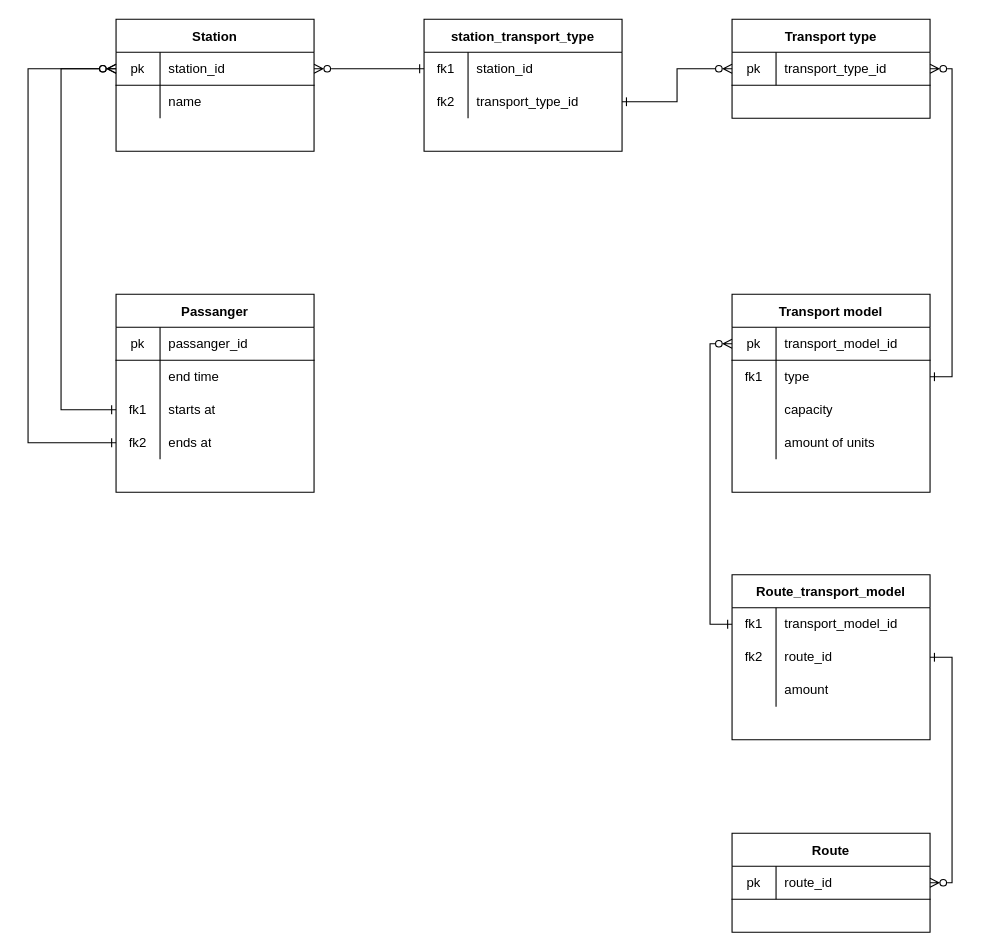
The draw.io diagram page "ER-diagram(1)" (1 of 2) of Untitled Diagram.drawio in Leo-nid/hse-DB, before the edit. Source tidied: cells renumbered, new cells numbered last; positions are measured from the earlier drawing's top-left corner, leaving out a move shared by most shapes. Both pictures are drawn from the tidied source at 110%, with x=0, y=0 at pixel (28, 19).
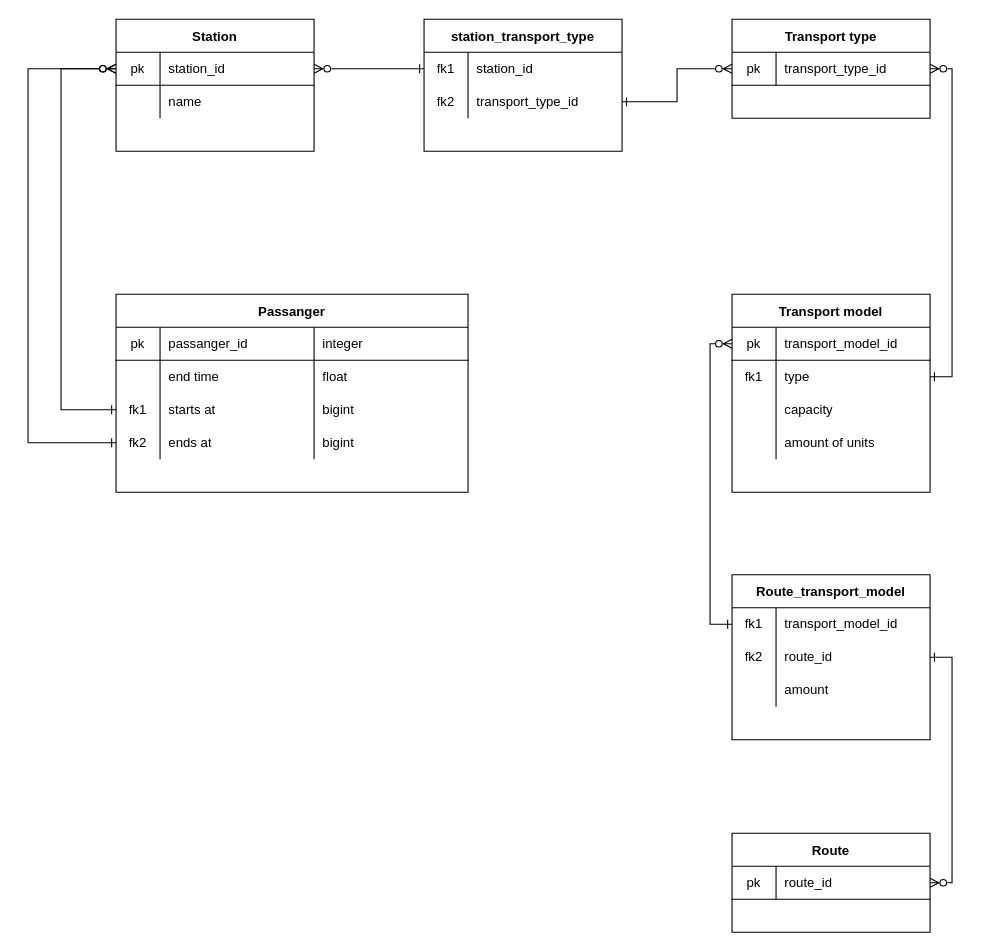
The same page after the edit.

What changed in the source:
```diff
@@
     <mxCell id="9" value="Passanger" style="shape=table;startSize=30;childLayout=tableLayout;rowLines=0;fontStyle=1;align=center;" parent="1" vertex="1">
-      <mxGeometry x="80" y="250" width="180" height="180" as="geometry" />
+      <mxGeometry x="80" y="250" width="320" height="180" as="geometry" />
     </mxCell>
     <mxCell id="10" style="shape=partialRectangle;html=1;whiteSpace=wrap;fillColor=none;top=0;left=0;bottom=1;right=0;" parent="9" vertex="1">
-      <mxGeometry y="30" width="180" height="30" as="geometry" />
+      <mxGeometry y="30" width="320" height="30" as="geometry" />
     </mxCell>
@@
+    <mxCell id="67" value="integer" style="shape=partialRectangle;html=1;whiteSpace=wrap;fillColor=none;top=0;left=0;bottom=0;right=0;align=left;spacingLeft=6;overflow=hidden;" parent="10" vertex="1">
+      <mxGeometry x="180" width="140" height="30" as="geometry" />
+    </mxCell>
     <mxCell id="13" style="shape=partialRectangle;html=1;whiteSpace=wrap;fillColor=none;top=0;left=0;bottom=0;right=0;" parent="9" vertex="1">
-      <mxGeometry y="60" width="180" height="30" as="geometry" />
+      <mxGeometry y="60" width="320" height="30" as="geometry" />
     </mxCell>
@@
+    <mxCell id="68" value="float" style="shape=partialRectangle;html=1;whiteSpace=wrap;fillColor=none;top=0;left=0;bottom=0;right=0;align=left;spacingLeft=6;overflow=hidden;" parent="13" vertex="1">
+      <mxGeometry x="180" width="140" height="30" as="geometry" />
+    </mxCell>
     <mxCell id="16" style="shape=partialRectangle;html=1;whiteSpace=wrap;fillColor=none;top=0;left=0;bottom=0;right=0;points=[[0,0.5],[1,0.5]];portConstraint=eastwest;" parent="9" vertex="1">
-      <mxGeometry y="90" width="180" height="30" as="geometry" />
+      <mxGeometry y="90" width="320" height="30" as="geometry" />
     </mxCell>
@@
+    <mxCell id="69" value="bigint" style="shape=partialRectangle;html=1;whiteSpace=wrap;fillColor=none;top=0;left=0;bottom=0;right=0;align=left;spacingLeft=6;overflow=hidden;" parent="16" vertex="1">
+      <mxGeometry x="180" width="140" height="30" as="geometry" />
+    </mxCell>
     <mxCell id="19" style="shape=partialRectangle;html=1;whiteSpace=wrap;fillColor=none;top=0;left=0;bottom=0;right=0;points=[[0,0.5],[1,0.5]];portConstraint=eastwest;" parent="9" vertex="1">
-      <mxGeometry y="120" width="180" height="30" as="geometry" />
+      <mxGeometry y="120" width="320" height="30" as="geometry" />
     </mxCell>
@@
+    <mxCell id="70" value="bigint" style="shape=partialRectangle;html=1;whiteSpace=wrap;fillColor=none;top=0;left=0;bottom=0;right=0;align=left;spacingLeft=6;overflow=hidden;" parent="19" vertex="1">
+      <mxGeometry x="180" width="140" height="30" as="geometry" />
+    </mxCell>
```
